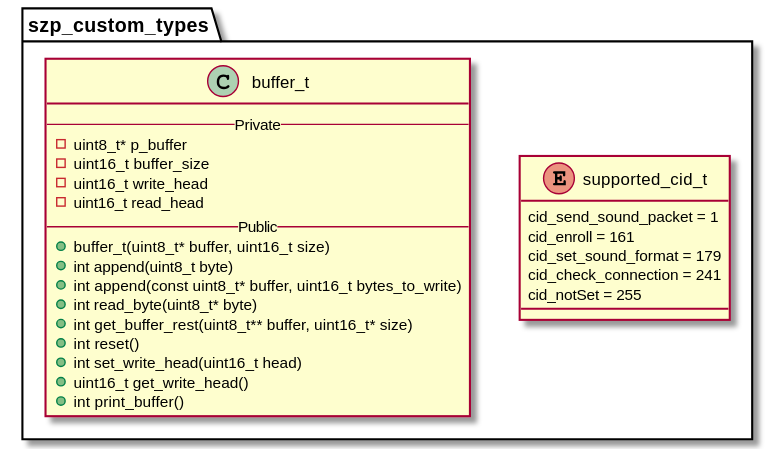
Before: sequence_diagrams/class_diagram_custom_types.svg, a diagram exported from PlantUML (NielsDyrberg/szs_soundzone_protocol). The source it was exported from:
```plantuml
@startuml class_diagram_custom_types

package szp_custom_types{

        enum supported_cid_t{
            cid_send_sound_packet = 1
            cid_enroll = 161
            cid_set_sound_format = 179
            cid_check_connection = 241
            cid_notSet = 255
        }

        class buffer_t{
            --Private--
            - uint8_t* p_buffer
            - uint16_t buffer_size
            - uint16_t write_head
            - uint16_t read_head
            --Public--
            + buffer_t(uint8_t* buffer, uint16_t size)
            + int append(uint8_t byte)
            + int append(const uint8_t* buffer, uint16_t bytes_to_write)
            + int read_byte(uint8_t* byte)
            + int get_buffer_rest(uint8_t** buffer, uint16_t* size)
            + int reset()
            + int set_write_head(uint16_t head)
            + uint16_t get_write_head()
            + int print_buffer()
        }
    }

@enduml
```
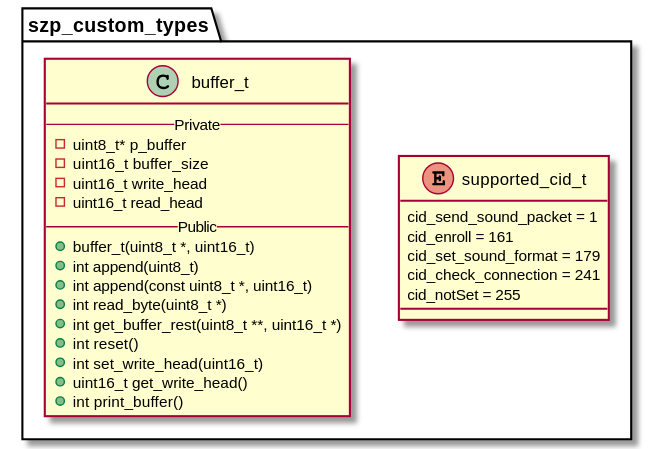
Later version of the same file.

Diff of the diagram source:
```diff
@@ -17,13 +17,13 @@
             - uint16_t write_head
             - uint16_t read_head
             --Public--
-            + buffer_t(uint8_t* buffer, uint16_t size)
-            + int append(uint8_t byte)
-            + int append(const uint8_t* buffer, uint16_t bytes_to_write)
-            + int read_byte(uint8_t* byte)
-            + int get_buffer_rest(uint8_t** buffer, uint16_t* size)
+            + buffer_t(uint8_t *, uint16_t)
+            + int append(uint8_t)
+            + int append(const uint8_t *, uint16_t)
+            + int read_byte(uint8_t *)
+            + int get_buffer_rest(uint8_t **, uint16_t *)
             + int reset()
-            + int set_write_head(uint16_t head)
+            + int set_write_head(uint16_t)
             + uint16_t get_write_head()
             + int print_buffer()
         }
```
